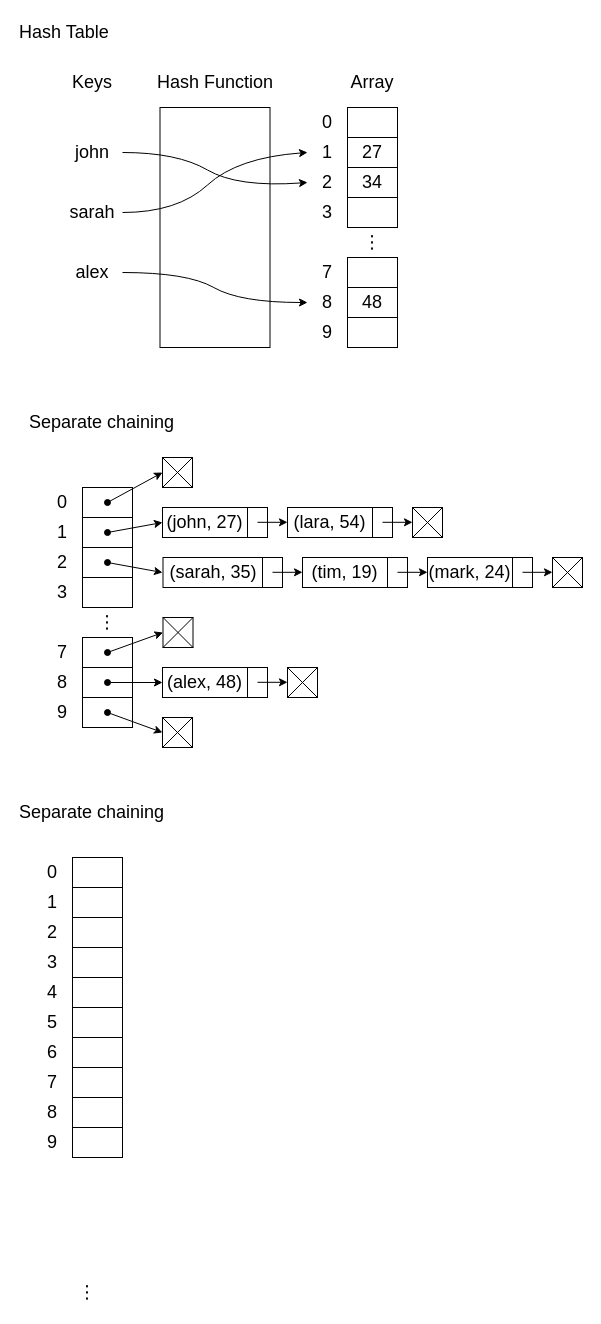
The draw.io diagram page "hash table" (5 of 15) of static/img/diagrams.drawio in reissenzahn/blog, before the edit. Source tidied: cells renumbered, new cells numbered last; positions are measured from the earlier drawing's top-left corner, leaving out a move shared by most shapes. Both pictures are drawn from the tidied source at 100%, with x=0, y=0 at pixel (17, 17).
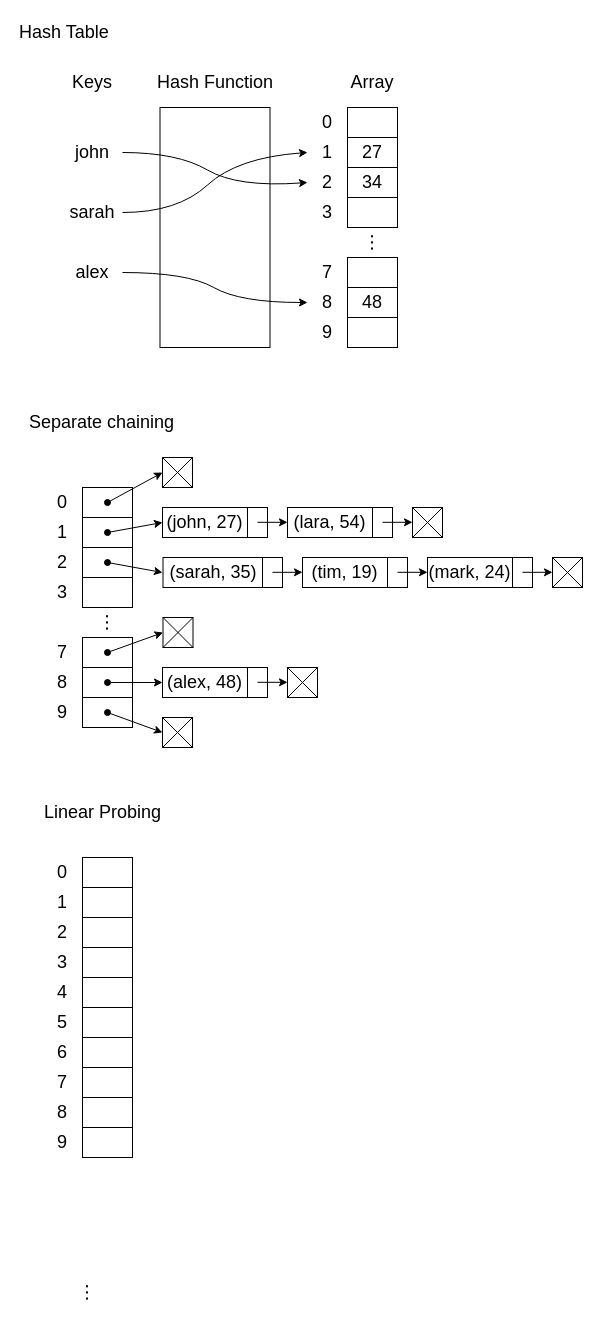
The same page after the edit.

Diff of the diagram source:
```diff
@@
-    <mxCell id="93" value="Separate chaining" style="text;html=1;strokeColor=none;fillColor=none;align=left;verticalAlign=middle;whiteSpace=wrap;rounded=0;fontSize=18;" parent="1" vertex="1">
-      <mxGeometry y="780" width="220" height="30" as="geometry" />
+    <mxCell id="93" value="Linear Probing" style="text;html=1;strokeColor=none;fillColor=none;align=left;verticalAlign=middle;whiteSpace=wrap;rounded=0;fontSize=18;" parent="1" vertex="1">
+      <mxGeometry x="25" y="780" width="145" height="30" as="geometry" />
     </mxCell>
     <mxCell id="94" value="0" style="rounded=0;whiteSpace=wrap;html=1;fontSize=18;fillColor=none;strokeWidth=0;strokeColor=none;" parent="1" vertex="1">
-      <mxGeometry x="15" y="840" width="40" height="30" as="geometry" />
+      <mxGeometry x="25" y="840" width="40" height="30" as="geometry" />
     </mxCell>
     <mxCell id="95" style="rounded=0;whiteSpace=wrap;html=1;fontSize=18;fillColor=none;" parent="1" vertex="1">
-      <mxGeometry x="55" y="870" width="50" height="30" as="geometry" />
+      <mxGeometry x="65" y="870" width="50" height="30" as="geometry" />
     </mxCell>
     <mxCell id="96" value="1" style="rounded=0;whiteSpace=wrap;html=1;fontSize=18;fillColor=none;strokeWidth=0;strokeColor=none;" parent="1" vertex="1">
-      <mxGeometry x="15" y="870" width="40" height="30" as="geometry" />
+      <mxGeometry x="25" y="870" width="40" height="30" as="geometry" />
     </mxCell>
     <mxCell id="97" style="rounded=0;whiteSpace=wrap;html=1;fontSize=18;fillColor=none;" parent="1" vertex="1">
-      <mxGeometry x="55" y="900" width="50" height="30" as="geometry" />
+      <mxGeometry x="65" y="900" width="50" height="30" as="geometry" />
     </mxCell>
     <mxCell id="98" value="2" style="rounded=0;whiteSpace=wrap;html=1;fontSize=18;fillColor=none;strokeWidth=0;strokeColor=none;" parent="1" vertex="1">
-      <mxGeometry x="15" y="900" width="40" height="30" as="geometry" />
+      <mxGeometry x="25" y="900" width="40" height="30" as="geometry" />
     </mxCell>
     <mxCell id="99" value="3" style="rounded=0;whiteSpace=wrap;html=1;fontSize=18;fillColor=none;strokeWidth=0;strokeColor=none;" parent="1" vertex="1">
-      <mxGeometry x="15" y="930" width="40" height="30" as="geometry" />
+      <mxGeometry x="25" y="930" width="40" height="30" as="geometry" />
     </mxCell>
@@
     <mxCell id="101" style="rounded=0;whiteSpace=wrap;html=1;fontSize=18;fillColor=none;" parent="1" vertex="1">
-      <mxGeometry x="55" y="840" width="50" height="30" as="geometry" />
+      <mxGeometry x="65" y="840" width="50" height="30" as="geometry" />
     </mxCell>
     <mxCell id="102" style="rounded=0;whiteSpace=wrap;html=1;fontSize=18;fillColor=none;" parent="1" vertex="1">
-      <mxGeometry x="55" y="930" width="50" height="30" as="geometry" />
+      <mxGeometry x="65" y="930" width="50" height="30" as="geometry" />
     </mxCell>
     <mxCell id="103" value="4" style="rounded=0;whiteSpace=wrap;html=1;fontSize=18;fillColor=none;strokeWidth=0;strokeColor=none;" parent="1" vertex="1">
-      <mxGeometry x="15" y="960" width="40" height="30" as="geometry" />
+      <mxGeometry x="25" y="960" width="40" height="30" as="geometry" />
     </mxCell>
     <mxCell id="104" style="rounded=0;whiteSpace=wrap;html=1;fontSize=18;fillColor=none;" parent="1" vertex="1">
-      <mxGeometry x="55" y="990" width="50" height="30" as="geometry" />
+      <mxGeometry x="65" y="990" width="50" height="30" as="geometry" />
     </mxCell>
     <mxCell id="105" value="5" style="rounded=0;whiteSpace=wrap;html=1;fontSize=18;fillColor=none;strokeWidth=0;strokeColor=none;" parent="1" vertex="1">
-      <mxGeometry x="15" y="990" width="40" height="30" as="geometry" />
+      <mxGeometry x="25" y="990" width="40" height="30" as="geometry" />
     </mxCell>
     <mxCell id="106" style="rounded=0;whiteSpace=wrap;html=1;fontSize=18;fillColor=none;" parent="1" vertex="1">
-      <mxGeometry x="55" y="1020" width="50" height="30" as="geometry" />
+      <mxGeometry x="65" y="1020" width="50" height="30" as="geometry" />
     </mxCell>
     <mxCell id="107" value="6" style="rounded=0;whiteSpace=wrap;html=1;fontSize=18;fillColor=none;strokeWidth=0;strokeColor=none;" parent="1" vertex="1">
-      <mxGeometry x="15" y="1020" width="40" height="30" as="geometry" />
+      <mxGeometry x="25" y="1020" width="40" height="30" as="geometry" />
     </mxCell>
     <mxCell id="108" style="rounded=0;whiteSpace=wrap;html=1;fontSize=18;fillColor=none;" parent="1" vertex="1">
-      <mxGeometry x="55" y="960" width="50" height="30" as="geometry" />
+      <mxGeometry x="65" y="960" width="50" height="30" as="geometry" />
     </mxCell>
     <mxCell id="109" style="rounded=0;whiteSpace=wrap;html=1;fontSize=18;fillColor=none;strokeColor=none;" parent="1" vertex="1">
-      <mxGeometry x="55" y="870" width="25" height="30" as="geometry" />
+      <mxGeometry x="65" y="870" width="25" height="30" as="geometry" />
     </mxCell>
     <mxCell id="110" style="rounded=0;whiteSpace=wrap;html=1;fontSize=18;fillColor=none;strokeColor=none;" parent="1" vertex="1">
-      <mxGeometry x="55" y="900" width="25" height="30" as="geometry" />
+      <mxGeometry x="65" y="900" width="25" height="30" as="geometry" />
     </mxCell>
     <mxCell id="111" style="rounded=0;whiteSpace=wrap;html=1;fontSize=18;fillColor=none;strokeColor=none;" parent="1" vertex="1">
-      <mxGeometry x="55" y="930" width="25" height="30" as="geometry" />
+      <mxGeometry x="65" y="930" width="25" height="30" as="geometry" />
     </mxCell>
     <mxCell id="112" style="rounded=0;whiteSpace=wrap;html=1;fontSize=18;fillColor=none;strokeColor=none;" parent="1" vertex="1">
-      <mxGeometry x="55" y="840" width="25" height="30" as="geometry" />
+      <mxGeometry x="65" y="840" width="25" height="30" as="geometry" />
     </mxCell>
     <mxCell id="113" style="rounded=0;whiteSpace=wrap;html=1;fontSize=18;fillColor=none;strokeColor=none;" parent="1" vertex="1">
-      <mxGeometry x="55" y="960" width="25" height="30" as="geometry" />
+      <mxGeometry x="65" y="960" width="25" height="30" as="geometry" />
     </mxCell>
     <mxCell id="114" style="rounded=0;whiteSpace=wrap;html=1;fontSize=18;fillColor=none;strokeColor=none;" parent="1" vertex="1">
-      <mxGeometry x="55" y="990" width="25" height="30" as="geometry" />
+      <mxGeometry x="65" y="990" width="25" height="30" as="geometry" />
     </mxCell>
     <mxCell id="115" style="rounded=0;whiteSpace=wrap;html=1;fontSize=18;fillColor=none;strokeColor=none;" parent="1" vertex="1">
-      <mxGeometry x="55" y="1020" width="25" height="30" as="geometry" />
+      <mxGeometry x="65" y="1020" width="25" height="30" as="geometry" />
     </mxCell>
     <mxCell id="116" value="7" style="rounded=0;whiteSpace=wrap;html=1;fontSize=18;fillColor=none;strokeWidth=0;strokeColor=none;" parent="1" vertex="1">
-      <mxGeometry x="15" y="1050" width="40" height="30" as="geometry" />
+      <mxGeometry x="25" y="1050" width="40" height="30" as="geometry" />
     </mxCell>
     <mxCell id="117" style="rounded=0;whiteSpace=wrap;html=1;fontSize=18;fillColor=none;" parent="1" vertex="1">
-      <mxGeometry x="55" y="1080" width="50" height="30" as="geometry" />
+      <mxGeometry x="65" y="1080" width="50" height="30" as="geometry" />
     </mxCell>
     <mxCell id="118" value="8" style="rounded=0;whiteSpace=wrap;html=1;fontSize=18;fillColor=none;strokeWidth=0;strokeColor=none;" parent="1" vertex="1">
-      <mxGeometry x="15" y="1080" width="40" height="30" as="geometry" />
+      <mxGeometry x="25" y="1080" width="40" height="30" as="geometry" />
     </mxCell>
     <mxCell id="119" style="rounded=0;whiteSpace=wrap;html=1;fontSize=18;fillColor=none;" parent="1" vertex="1">
-      <mxGeometry x="55" y="1110" width="50" height="30" as="geometry" />
+      <mxGeometry x="65" y="1110" width="50" height="30" as="geometry" />
     </mxCell>
     <mxCell id="120" value="9" style="rounded=0;whiteSpace=wrap;html=1;fontSize=18;fillColor=none;strokeWidth=0;strokeColor=none;" parent="1" vertex="1">
-      <mxGeometry x="15" y="1110" width="40" height="30" as="geometry" />
+      <mxGeometry x="25" y="1110" width="40" height="30" as="geometry" />
     </mxCell>
     <mxCell id="121" style="rounded=0;whiteSpace=wrap;html=1;fontSize=18;fillColor=none;" parent="1" vertex="1">
-      <mxGeometry x="55" y="1050" width="50" height="30" as="geometry" />
+      <mxGeometry x="65" y="1050" width="50" height="30" as="geometry" />
     </mxCell>
     <mxCell id="122" style="rounded=0;whiteSpace=wrap;html=1;fontSize=18;fillColor=none;strokeColor=none;" parent="1" vertex="1">
-      <mxGeometry x="55" y="1050" width="25" height="30" as="geometry" />
+      <mxGeometry x="65" y="1050" width="25" height="30" as="geometry" />
     </mxCell>
     <mxCell id="123" style="rounded=0;whiteSpace=wrap;html=1;fontSize=18;fillColor=none;strokeColor=none;" parent="1" vertex="1">
-      <mxGeometry x="55" y="1080" width="25" height="30" as="geometry" />
+      <mxGeometry x="65" y="1080" width="25" height="30" as="geometry" />
     </mxCell>
     <mxCell id="124" style="rounded=0;whiteSpace=wrap;html=1;fontSize=18;fillColor=none;strokeColor=none;" parent="1" vertex="1">
-      <mxGeometry x="55" y="1110" width="25" height="30" as="geometry" />
+      <mxGeometry x="65" y="1110" width="25" height="30" as="geometry" />
     </mxCell>
```
